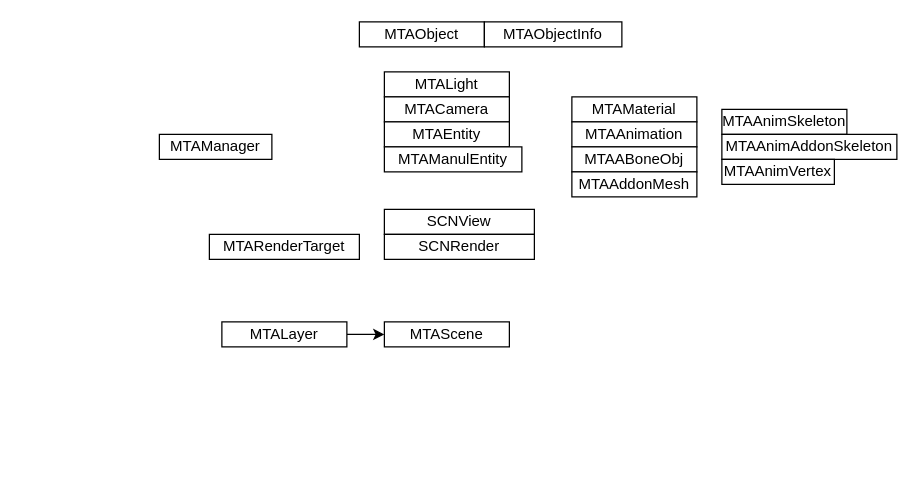
loleng/mediatools keeps this draw.io diagram as SceneKit.drawio. Above is the earlier version. Source tidied: cells renumbered, new cells numbered last; positions are measured from the earlier drawing's top-left corner, leaving out a move shared by most shapes. Both pictures are drawn from the tidied source at 125%, with x=0, y=0 at pixel (159, 21).
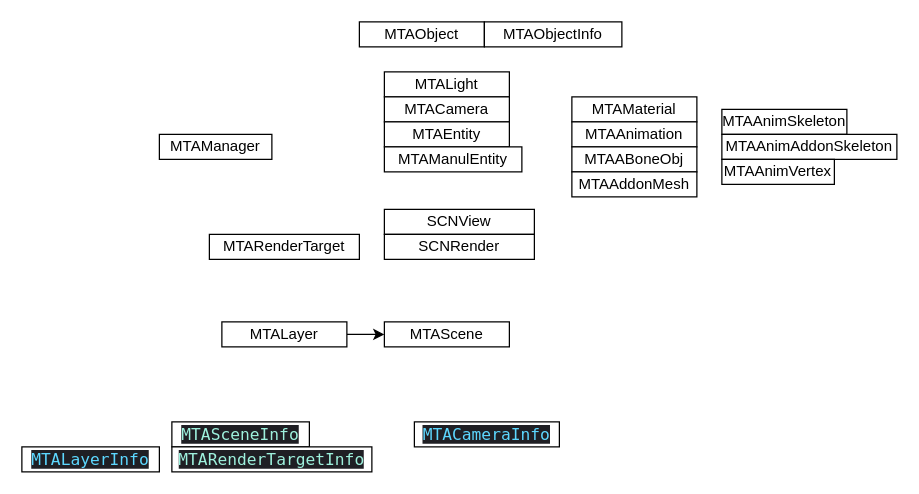
After the change.

What changed in the source:
```diff
@@
+    <mxCell id="22" value="&lt;p style=&quot;margin: 0.0px 0.0px 0.0px 0.0px ; font: 13.0px &amp;quot;menlo&amp;quot; ; color: #5dd8ff ; background-color: #1f1f24&quot;&gt;MTALayerInfo&lt;/p&gt;" style="whiteSpace=wrap;html=1;" parent="1" vertex="1">
+      <mxGeometry x="-110" y="340" width="110" height="20" as="geometry" />
+    </mxCell>
+    <mxCell id="23" value="&lt;p style=&quot;margin: 0px ; font-stretch: normal ; font-size: 13px ; line-height: normal ; font-family: &amp;#34;menlo&amp;#34; ; color: rgb(158 , 241 , 221) ; background-color: rgb(31 , 31 , 36)&quot;&gt;MTASceneInfo&lt;/p&gt;" style="whiteSpace=wrap;html=1;" parent="1" vertex="1">
+      <mxGeometry x="10" y="320" width="110" height="20" as="geometry" />
+    </mxCell>
+    <mxCell id="24" value="&lt;p style=&quot;margin: 0px ; font-stretch: normal ; font-size: 13px ; line-height: normal ; font-family: &amp;#34;menlo&amp;#34; ; color: rgb(158 , 241 , 221) ; background-color: rgb(31 , 31 , 36)&quot;&gt;MTARenderTargetInfo&lt;/p&gt;" style="whiteSpace=wrap;html=1;" parent="1" vertex="1">
+      <mxGeometry x="10" y="340" width="160" height="20" as="geometry" />
+    </mxCell>
+    <mxCell id="25" value="&lt;p style=&quot;margin: 0px ; font-stretch: normal ; font-size: 13px ; line-height: normal ; font-family: &amp;#34;menlo&amp;#34; ; color: rgb(93 , 216 , 255) ; background-color: rgb(31 , 31 , 36)&quot;&gt;MTACameraInfo&lt;/p&gt;" style="whiteSpace=wrap;html=1;" parent="1" vertex="1">
+      <mxGeometry x="204" y="320" width="116" height="20" as="geometry" />
+    </mxCell>
```
